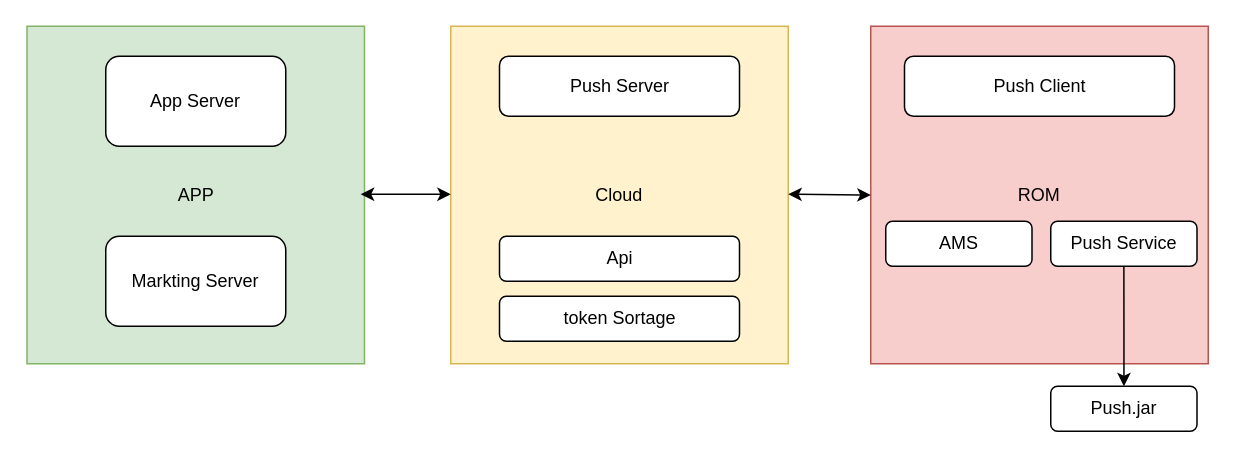
xiaopengs/Push keeps this draw.io diagram as Untitled Diagram.drawio. Above is the earlier version. Source tidied: cells renumbered, new cells numbered last; positions are measured from the earlier drawing's top-left corner, leaving out a move shared by most shapes. Both pictures are drawn from the tidied source at 150%, with x=0, y=0 at pixel (27, 26).
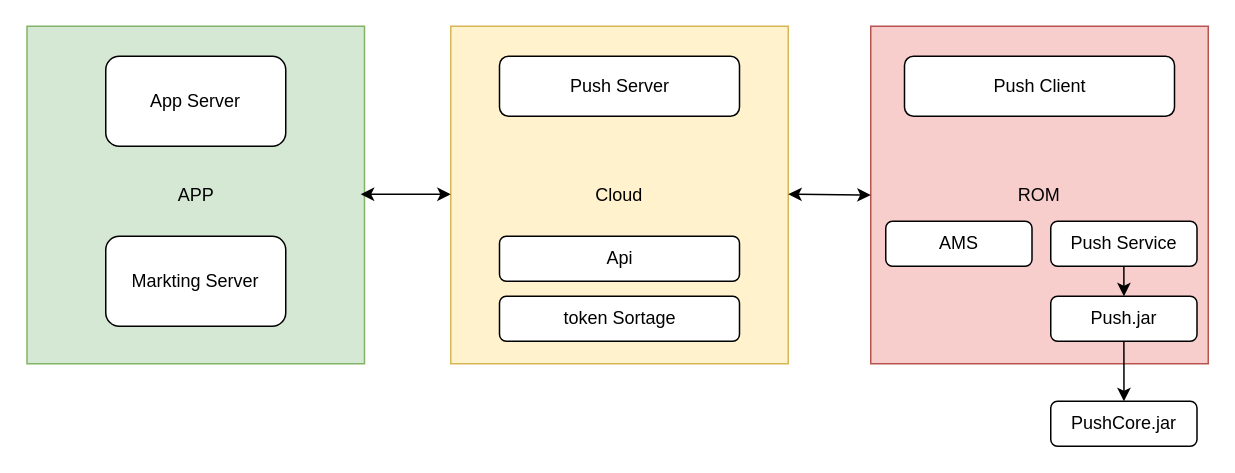
Above is the later version.

The edit, as a diff of the source:
```diff
@@
+    <mxCell id="17" style="edgeStyle=orthogonalEdgeStyle;rounded=0;jettySize=auto;html=1;exitX=0.5;exitY=1;exitDx=0;exitDy=0;" parent="1" edge="1" source="14" target="18">
+      <mxGeometry relative="1" as="geometry" />
+    </mxCell>
     <mxCell id="14" value="Push.jar" style="rounded=1;whiteSpace=wrap;html=1;" parent="1" vertex="1">
-      <mxGeometry x="682" y="240" width="97.5" height="30" as="geometry" />
+      <mxGeometry x="682" y="180" width="97.5" height="30" as="geometry" />
     </mxCell>
@@
+    <mxCell id="18" value="PushCore.jar" style="rounded=1;whiteSpace=wrap;html=1;" parent="1" vertex="1">
+      <mxGeometry x="682" y="250" width="97.5" height="30" as="geometry" />
+    </mxCell>
```
